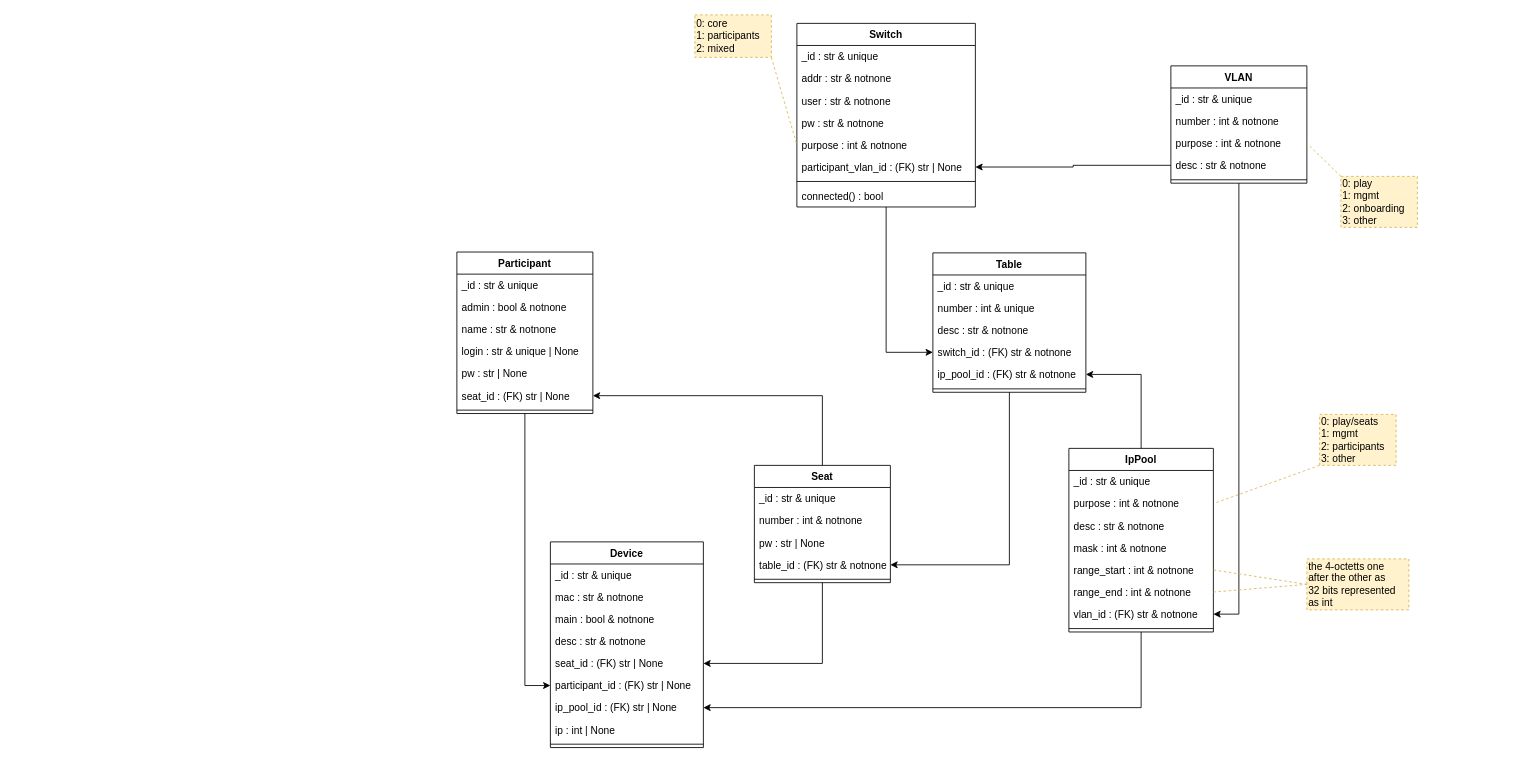
This is docs/elements_classes.drawio from nils-ost/LanPartyOnboardingSystem, a draw.io file, before an edit. Source tidied: cells renumbered, new cells numbered last; positions are measured from the earlier drawing's top-left corner, leaving out a move shared by most shapes. Both pictures are drawn from the tidied source at 85%, with x=0, y=0 at pixel (456, 14).
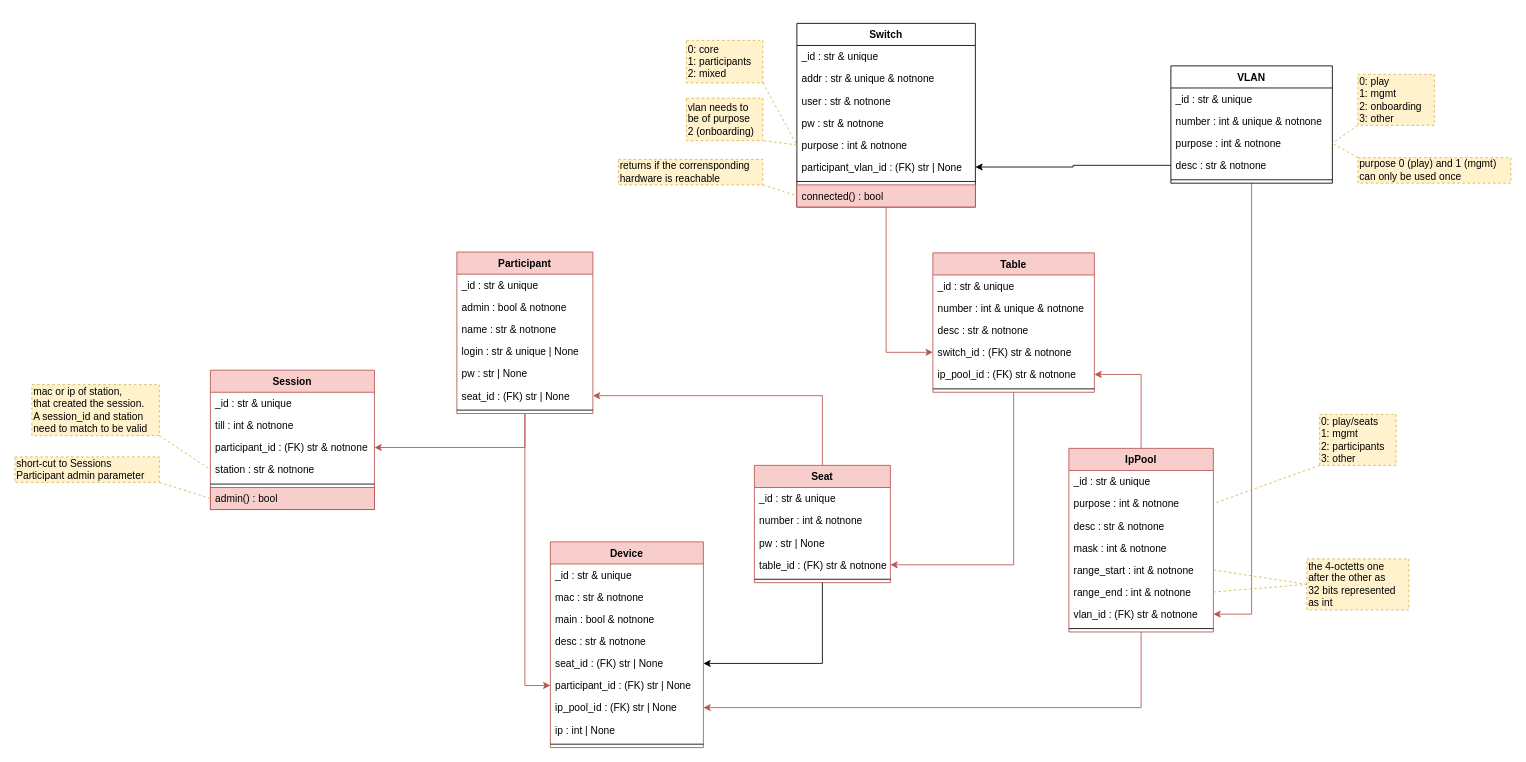
Above is the later version.

Commit message (it also covers changes not shown here):
refined element VLAN; added element Switch

Unchanged cells that the change refers to:
```xml
<mxCell id="9" value="Switch" style="swimlane;fontStyle=1;align=center;verticalAlign=top;horizontal=1;startSize=26;" parent="1" vertex="1">
  <mxGeometry x="400" y="10" width="210" height="216" as="geometry" />
</mxCell>
<mxCell id="14" value="purpose : int &amp; notnone" style="text;strokeColor=none;fillColor=none;align=left;verticalAlign=top;spacingLeft=4;spacingRight=4;overflow=hidden;points=[[0,0.5],[1,0.5]];portConstraint=eastwest;" parent="9" vertex="1">
  <mxGeometry y="130" width="210" height="26" as="geometry" />
</mxCell>
<mxCell id="40" value="vlan_id : (FK) str &amp; notnone" style="text;strokeColor=none;fillColor=none;align=left;verticalAlign=top;spacingLeft=4;spacingRight=4;overflow=hidden;points=[[0,0.5],[1,0.5]];portConstraint=eastwest;" parent="33" vertex="1">
  <mxGeometry y="182" width="170" height="26" as="geometry" />
</mxCell>
<mxCell id="50" value="table_id : (FK) str &amp; notnone" style="text;strokeColor=none;fillColor=none;align=left;verticalAlign=top;spacingLeft=4;spacingRight=4;overflow=hidden;points=[[0,0.5],[1,0.5]];portConstraint=eastwest;" parent="46" vertex="1">
  <mxGeometry y="104" width="160" height="26" as="geometry" />
</mxCell>
<mxCell id="59" value="seat_id : (FK) str | None" style="text;strokeColor=none;fillColor=none;align=left;verticalAlign=top;spacingLeft=4;spacingRight=4;overflow=hidden;points=[[0,0.5],[1,0.5]];portConstraint=eastwest;" parent="53" vertex="1">
  <mxGeometry y="156" width="160" height="26" as="geometry" />
</mxCell>
<mxCell id="67" value="participant_id : (FK) str | None" style="text;strokeColor=none;fillColor=none;align=left;verticalAlign=top;spacingLeft=4;spacingRight=4;overflow=hidden;points=[[0,0.5],[1,0.5]];portConstraint=eastwest;" parent="61" vertex="1">
  <mxGeometry y="156" width="180" height="26" as="geometry" />
</mxCell>
<mxCell id="68" value="ip_pool_id : (FK) str | None" style="text;strokeColor=none;fillColor=none;align=left;verticalAlign=top;spacingLeft=4;spacingRight=4;overflow=hidden;points=[[0,0.5],[1,0.5]];portConstraint=eastwest;" parent="61" vertex="1">
  <mxGeometry y="182" width="180" height="26" as="geometry" />
</mxCell>
```

What changed in the source:
```diff
@@
-    <mxCell id="2" style="edgeStyle=orthogonalEdgeStyle;rounded=0;jettySize=auto;html=1;endArrow=classic;endFill=1;" parent="1" edge="1" source="3" target="40">
+    <mxCell id="2" style="edgeStyle=orthogonalEdgeStyle;rounded=0;jettySize=auto;html=1;endArrow=classic;endFill=1;fillColor=#f8cecc;strokeColor=#b85450;" parent="1" edge="1" source="3" target="40">
       <mxGeometry relative="1" as="geometry" />
     </mxCell>
     <mxCell id="3" value="VLAN" style="swimlane;fontStyle=1;align=center;verticalAlign=top;horizontal=1;startSize=26;" parent="1" vertex="1">
-      <mxGeometry x="840" y="60" width="160" height="138" as="geometry" />
+      <mxGeometry x="840" y="60" width="190" height="138" as="geometry" />
     </mxCell>
     <mxCell id="4" value="_id : str &amp; unique" style="text;strokeColor=none;fillColor=none;align=left;verticalAlign=top;spacingLeft=4;spacingRight=4;overflow=hidden;" parent="3" vertex="1">
-      <mxGeometry y="26" width="160" height="26" as="geometry" />
+      <mxGeometry y="26" width="190" height="26" as="geometry" />
     </mxCell>
-    <mxCell id="5" value="number : int &amp; notnone" style="text;strokeColor=none;fillColor=none;align=left;verticalAlign=top;spacingLeft=4;spacingRight=4;overflow=hidden;" parent="3" vertex="1">
-      <mxGeometry y="52" width="160" height="26" as="geometry" />
+    <mxCell id="5" value="number : int &amp; unique &amp; notnone" style="text;strokeColor=none;fillColor=none;align=left;verticalAlign=top;spacingLeft=4;spacingRight=4;overflow=hidden;" parent="3" vertex="1">
+      <mxGeometry y="52" width="190" height="26" as="geometry" />
     </mxCell>
     <mxCell id="6" value="purpose : int &amp; notnone" style="text;strokeColor=none;fillColor=none;align=left;verticalAlign=top;spacingLeft=4;spacingRight=4;overflow=hidden;points=[[0,0.5],[1,0.5]];portConstraint=eastwest;" parent="3" vertex="1">
-      <mxGeometry y="78" width="160" height="26" as="geometry" />
+      <mxGeometry y="78" width="190" height="26" as="geometry" />
     </mxCell>
     <mxCell id="7" value="desc : str &amp; notnone" style="text;strokeColor=none;fillColor=none;align=left;verticalAlign=top;spacingLeft=4;spacingRight=4;overflow=hidden;points=[[0,0.5],[1,0.5]];portConstraint=eastwest;" parent="3" vertex="1">
-      <mxGeometry y="104" width="160" height="26" as="geometry" />
+      <mxGeometry y="104" width="190" height="26" as="geometry" />
     </mxCell>
     <mxCell id="8" style="line;strokeWidth=1;fillColor=none;align=left;verticalAlign=middle;spacingTop=-1;spacingLeft=3;spacingRight=3;labelPosition=right;" parent="3" vertex="1">
-      <mxGeometry y="130" width="160" height="8" as="geometry" />
+      <mxGeometry y="130" width="190" height="8" as="geometry" />
     </mxCell>
@@
-    <mxCell id="11" value="addr : str &amp; notnone" style="text;strokeColor=none;fillColor=none;align=left;verticalAlign=top;spacingLeft=4;spacingRight=4;overflow=hidden;" parent="9" vertex="1">
+    <mxCell id="11" value="addr : str &amp; unique &amp; notnone" style="text;strokeColor=none;fillColor=none;align=left;verticalAlign=top;spacingLeft=4;spacingRight=4;overflow=hidden;" parent="9" vertex="1">
       <mxGeometry y="52" width="210" height="26" as="geometry" />
     </mxCell>
@@
-    <mxCell id="17" value="connected() : bool" style="text;strokeColor=none;fillColor=none;align=left;verticalAlign=top;spacingLeft=4;spacingRight=4;overflow=hidden;points=[[0,0.5],[1,0.5]];portConstraint=eastwest;" parent="9" vertex="1">
+    <mxCell id="17" value="connected() : bool" style="text;strokeColor=#b85450;fillColor=#f8cecc;align=left;verticalAlign=top;spacingLeft=4;spacingRight=4;overflow=hidden;points=[[0,0.5],[1,0.5]];portConstraint=eastwest;" parent="9" vertex="1">
       <mxGeometry y="190" width="210" height="26" as="geometry" />
     </mxCell>
@@
     <mxCell id="19" value="0: core&lt;br&gt;1: participants&lt;br&gt;2: mixed" style="rounded=0;whiteSpace=wrap;html=1;fillColor=#fff2cc;strokeColor=#d6b656;dashed=1;align=left;verticalAlign=middle;horizontal=1;labelPosition=center;verticalLabelPosition=middle;" parent="1" vertex="1">
-      <mxGeometry x="280" width="90" height="50" as="geometry" />
+      <mxGeometry x="270" y="30" width="90" height="50" as="geometry" />
     </mxCell>
-    <mxCell id="20" style="edgeStyle=none;rounded=0;jettySize=auto;html=1;exitX=0;exitY=0;exitDx=0;exitDy=0;dashed=1;endArrow=none;endFill=0;fillColor=#fff2cc;strokeColor=#d6b656;entryX=1;entryY=0.5;entryDx=0;entryDy=0;" parent="1" edge="1" source="22" target="6">
+    <mxCell id="20" style="edgeStyle=none;rounded=0;jettySize=auto;html=1;exitX=0;exitY=1;exitDx=0;exitDy=0;dashed=1;endArrow=none;endFill=0;fillColor=#fff2cc;strokeColor=#d6b656;entryX=1;entryY=0.5;entryDx=0;entryDy=0;" parent="1" edge="1" source="22" target="6">
       <mxGeometry relative="1" as="geometry" />
     </mxCell>
@@
     <mxCell id="22" value="0: play&lt;br&gt;1: mgmt&lt;br&gt;2: onboarding&lt;br&gt;3: other" style="rounded=0;whiteSpace=wrap;html=1;fillColor=#fff2cc;strokeColor=#d6b656;dashed=1;align=left;verticalAlign=middle;horizontal=1;labelPosition=center;verticalLabelPosition=middle;" parent="1" vertex="1">
-      <mxGeometry x="1040" y="190" width="90" height="60" as="geometry" />
+      <mxGeometry x="1060" y="70" width="90" height="60" as="geometry" />
     </mxCell>
@@
-    <mxCell id="24" value="Table" style="swimlane;fontStyle=1;align=center;verticalAlign=top;horizontal=1;startSize=26;" parent="1" vertex="1">
-      <mxGeometry x="560" y="280" width="180" height="164" as="geometry" />
+    <mxCell id="24" value="Table" style="swimlane;fontStyle=1;align=center;verticalAlign=top;horizontal=1;startSize=26;fillColor=#f8cecc;strokeColor=#b85450;" parent="1" vertex="1">
+      <mxGeometry x="560" y="280" width="190" height="164" as="geometry" />
     </mxCell>
     <mxCell id="25" value="_id : str &amp; unique" style="text;strokeColor=none;fillColor=none;align=left;verticalAlign=top;spacingLeft=4;spacingRight=4;overflow=hidden;dashed=1;" parent="24" vertex="1">
-      <mxGeometry y="26" width="180" height="26" as="geometry" />
+      <mxGeometry y="26" width="190" height="26" as="geometry" />
     </mxCell>
-    <mxCell id="26" value="number : int &amp; unique" style="text;strokeColor=none;fillColor=none;align=left;verticalAlign=top;spacingLeft=4;spacingRight=4;overflow=hidden;dashed=1;" parent="24" vertex="1">
-      <mxGeometry y="52" width="180" height="26" as="geometry" />
+    <mxCell id="26" value="number : int &amp; unique &amp; notnone" style="text;strokeColor=none;fillColor=none;align=left;verticalAlign=top;spacingLeft=4;spacingRight=4;overflow=hidden;dashed=1;" parent="24" vertex="1">
+      <mxGeometry y="52" width="190" height="26" as="geometry" />
     </mxCell>
     <mxCell id="27" value="desc : str &amp; notnone" style="text;strokeColor=none;fillColor=none;align=left;verticalAlign=top;spacingLeft=4;spacingRight=4;overflow=hidden;dashed=1;" parent="24" vertex="1">
-      <mxGeometry y="78" width="180" height="26" as="geometry" />
+      <mxGeometry y="78" width="190" height="26" as="geometry" />
     </mxCell>
     <mxCell id="28" value="switch_id : (FK) str &amp; notnone" style="text;strokeColor=none;fillColor=none;align=left;verticalAlign=top;spacingLeft=4;spacingRight=4;overflow=hidden;points=[[0,0.5],[1,0.5]];portConstraint=eastwest;dashed=1;" parent="24" vertex="1">
-      <mxGeometry y="104" width="180" height="26" as="geometry" />
+      <mxGeometry y="104" width="190" height="26" as="geometry" />
     </mxCell>
     <mxCell id="29" value="ip_pool_id : (FK) str &amp; notnone" style="text;strokeColor=none;fillColor=none;align=left;verticalAlign=top;spacingLeft=4;spacingRight=4;overflow=hidden;points=[[0,0.5],[1,0.5]];portConstraint=eastwest;dashed=1;" parent="24" vertex="1">
-      <mxGeometry y="130" width="180" height="26" as="geometry" />
+      <mxGeometry y="130" width="190" height="26" as="geometry" />
     </mxCell>
     <mxCell id="30" style="line;strokeWidth=1;fillColor=none;align=left;verticalAlign=middle;spacingTop=-1;spacingLeft=3;spacingRight=3;labelPosition=right;" parent="24" vertex="1">
-      <mxGeometry y="156" width="180" height="8" as="geometry" />
+      <mxGeometry y="156" width="190" height="8" as="geometry" />
     </mxCell>
-    <mxCell id="31" style="edgeStyle=orthogonalEdgeStyle;rounded=0;jettySize=auto;html=1;endArrow=classic;endFill=1;" parent="1" edge="1" source="9" target="28">
+    <mxCell id="31" style="edgeStyle=orthogonalEdgeStyle;rounded=0;jettySize=auto;html=1;endArrow=classic;endFill=1;fillColor=#f8cecc;strokeColor=#b85450;" parent="1" edge="1" source="9" target="28">
       <mxGeometry relative="1" as="geometry" />
     </mxCell>
-    <mxCell id="32" style="edgeStyle=orthogonalEdgeStyle;rounded=0;jettySize=auto;html=1;endArrow=classic;endFill=1;" parent="1" edge="1" source="33" target="29">
+    <mxCell id="32" style="edgeStyle=orthogonalEdgeStyle;rounded=0;jettySize=auto;html=1;endArrow=classic;endFill=1;fillColor=#f8cecc;strokeColor=#b85450;" parent="1" edge="1" source="33" target="29">
       <mxGeometry relative="1" as="geometry" />
     </mxCell>
-    <mxCell id="33" value="IpPool" style="swimlane;fontStyle=1;align=center;verticalAlign=top;horizontal=1;startSize=26;" parent="1" vertex="1">
+    <mxCell id="33" value="IpPool" style="swimlane;fontStyle=1;align=center;verticalAlign=top;horizontal=1;startSize=26;fillColor=#f8cecc;strokeColor=#b85450;" parent="1" vertex="1">
       <mxGeometry x="720" y="510" width="170" height="216" as="geometry" />
     </mxCell>
@@
-    <mxCell id="45" style="edgeStyle=orthogonalEdgeStyle;rounded=0;jettySize=auto;html=1;endArrow=classic;endFill=1;" parent="1" edge="1" source="46" target="59">
+    <mxCell id="45" style="edgeStyle=orthogonalEdgeStyle;rounded=0;jettySize=auto;html=1;endArrow=classic;endFill=1;fillColor=#f8cecc;strokeColor=#b85450;" parent="1" edge="1" source="46" target="59">
       <mxGeometry relative="1" as="geometry" />
     </mxCell>
-    <mxCell id="46" value="Seat" style="swimlane;fontStyle=1;align=center;verticalAlign=top;horizontal=1;startSize=26;" parent="1" vertex="1">
+    <mxCell id="46" value="Seat" style="swimlane;fontStyle=1;align=center;verticalAlign=top;horizontal=1;startSize=26;fillColor=#f8cecc;strokeColor=#b85450;" parent="1" vertex="1">
       <mxGeometry x="350" y="530" width="160" height="138" as="geometry" />
     </mxCell>
@@
-    <mxCell id="52" style="edgeStyle=orthogonalEdgeStyle;rounded=0;jettySize=auto;html=1;endArrow=classic;endFill=1;" parent="1" edge="1" source="24" target="50">
+    <mxCell id="52" style="edgeStyle=orthogonalEdgeStyle;rounded=0;jettySize=auto;html=1;endArrow=classic;endFill=1;fillColor=#f8cecc;strokeColor=#b85450;" parent="1" edge="1" source="24" target="50">
       <mxGeometry relative="1" as="geometry" />
     </mxCell>
-    <mxCell id="53" value="Participant" style="swimlane;fontStyle=1;align=center;verticalAlign=top;horizontal=1;startSize=26;" parent="1" vertex="1">
+    <mxCell id="53" value="Participant" style="swimlane;fontStyle=1;align=center;verticalAlign=top;horizontal=1;startSize=26;fillColor=#f8cecc;strokeColor=#b85450;" parent="1" vertex="1">
       <mxGeometry y="279" width="160" height="190" as="geometry" />
     </mxCell>
@@
-    <mxCell id="61" value="Device" style="swimlane;fontStyle=1;align=center;verticalAlign=top;horizontal=1;startSize=26;" parent="1" vertex="1">
+    <mxCell id="61" value="Device" style="swimlane;fontStyle=1;align=center;verticalAlign=top;horizontal=1;startSize=26;fillColor=#f8cecc;strokeColor=#b85450;" parent="1" vertex="1">
       <mxGeometry x="110" y="620" width="180" height="242" as="geometry" />
     </mxCell>
@@
-    <mxCell id="72" style="edgeStyle=orthogonalEdgeStyle;rounded=0;jettySize=auto;html=1;endArrow=classic;endFill=1;" parent="1" edge="1" source="53" target="67">
+    <mxCell id="72" style="edgeStyle=orthogonalEdgeStyle;rounded=0;jettySize=auto;html=1;endArrow=classic;endFill=1;fillColor=#f8cecc;strokeColor=#b85450;" parent="1" edge="1" source="53" target="67">
       <mxGeometry relative="1" as="geometry" />
     </mxCell>
-    <mxCell id="73" style="edgeStyle=orthogonalEdgeStyle;rounded=0;jettySize=auto;html=1;endArrow=classic;endFill=1;" parent="1" edge="1" source="33" target="68">
+    <mxCell id="73" style="edgeStyle=orthogonalEdgeStyle;rounded=0;jettySize=auto;html=1;endArrow=classic;endFill=1;fillColor=#f8cecc;strokeColor=#b85450;" parent="1" edge="1" source="33" target="68">
       <mxGeometry relative="1" as="geometry" />
     </mxCell>
@@
+    <mxCell id="75" style="rounded=0;jettySize=auto;html=1;exitX=0;exitY=0;exitDx=0;exitDy=0;fillColor=#fff2cc;strokeColor=#d6b656;dashed=1;endArrow=none;endFill=0;entryX=1;entryY=0.5;entryDx=0;entryDy=0;" parent="1" edge="1" source="76" target="6">
+      <mxGeometry relative="1" as="geometry" />
+    </mxCell>
+    <mxCell id="76" value="purpose 0 (play) and 1 (mgmt)&lt;br&gt;can only be used once" style="rounded=0;whiteSpace=wrap;html=1;fillColor=#fff2cc;strokeColor=#d6b656;dashed=1;align=left;verticalAlign=middle;horizontal=1;labelPosition=center;verticalLabelPosition=middle;" parent="1" vertex="1">
+      <mxGeometry x="1060" y="168" width="180" height="30" as="geometry" />
+    </mxCell>
+    <mxCell id="77" value="vlan needs to&lt;br&gt;be of purpose&lt;br&gt;2 (onboarding)" style="rounded=0;whiteSpace=wrap;html=1;fillColor=#fff2cc;strokeColor=#d6b656;dashed=1;align=left;verticalAlign=middle;horizontal=1;labelPosition=center;verticalLabelPosition=middle;" parent="1" vertex="1">
+      <mxGeometry x="270" y="98" width="90" height="50" as="geometry" />
+    </mxCell>
+    <mxCell id="78" style="rounded=0;jettySize=auto;html=1;exitX=0;exitY=0.5;exitDx=0;exitDy=0;entryX=1;entryY=1;entryDx=0;entryDy=0;dashed=1;fillColor=#fff2cc;strokeColor=#d6b656;endArrow=none;endFill=0;" parent="1" edge="1" source="14" target="77">
+      <mxGeometry relative="1" as="geometry" />
+    </mxCell>
+    <mxCell id="79" value="Session" style="swimlane;fontStyle=1;align=center;verticalAlign=top;horizontal=1;startSize=26;fillColor=#f8cecc;strokeColor=#b85450;" parent="1" vertex="1">
+      <mxGeometry x="-290" y="418" width="193" height="164" as="geometry" />
+    </mxCell>
+    <mxCell id="80" value="_id : str &amp; unique" style="text;strokeColor=none;fillColor=none;align=left;verticalAlign=top;spacingLeft=4;spacingRight=4;overflow=hidden;" parent="79" vertex="1">
+      <mxGeometry y="26" width="193" height="26" as="geometry" />
+    </mxCell>
+    <mxCell id="81" value="till : int &amp; notnone" style="text;strokeColor=none;fillColor=none;align=left;verticalAlign=top;spacingLeft=4;spacingRight=4;overflow=hidden;" parent="79" vertex="1">
+      <mxGeometry y="52" width="193" height="26" as="geometry" />
+    </mxCell>
+    <mxCell id="82" value="participant_id : (FK) str &amp; notnone" style="text;strokeColor=none;fillColor=none;align=left;verticalAlign=top;spacingLeft=4;spacingRight=4;overflow=hidden;points=[[0,0.5],[1,0.5]];portConstraint=eastwest;" parent="79" vertex="1">
+      <mxGeometry y="78" width="193" height="26" as="geometry" />
+    </mxCell>
+    <mxCell id="83" value="station : str &amp; notnone" style="text;strokeColor=none;fillColor=none;align=left;verticalAlign=top;spacingLeft=4;spacingRight=4;overflow=hidden;points=[[0,0.5],[1,0.5]];portConstraint=eastwest;" parent="79" vertex="1">
+      <mxGeometry y="104" width="193" height="26" as="geometry" />
+    </mxCell>
+    <mxCell id="84" style="line;strokeWidth=1;fillColor=none;align=left;verticalAlign=middle;spacingTop=-1;spacingLeft=3;spacingRight=3;labelPosition=right;" parent="79" vertex="1">
+      <mxGeometry y="130" width="193" height="8" as="geometry" />
+    </mxCell>
+    <mxCell id="85" value="admin() : bool" style="text;strokeColor=#b85450;fillColor=#f8cecc;align=left;verticalAlign=top;spacingLeft=4;spacingRight=4;overflow=hidden;points=[[0,0.5],[1,0.5]];portConstraint=eastwest;" parent="79" vertex="1">
+      <mxGeometry y="138" width="193" height="26" as="geometry" />
+    </mxCell>
+    <mxCell id="86" style="rounded=0;jettySize=auto;html=1;exitX=1;exitY=1;exitDx=0;exitDy=0;dashed=1;fillColor=#fff2cc;strokeColor=#d6b656;endArrow=none;endFill=0;entryX=0;entryY=0.5;entryDx=0;entryDy=0;" parent="1" edge="1" source="87" target="83">
+      <mxGeometry relative="1" as="geometry" />
+    </mxCell>
+    <mxCell id="87" value="mac or ip of station,&lt;br&gt;that created the session.&lt;br&gt;A session_id and station&lt;br&gt;need to match to be valid" style="rounded=0;whiteSpace=wrap;html=1;fillColor=#fff2cc;strokeColor=#d6b656;dashed=1;align=left;verticalAlign=middle;horizontal=1;labelPosition=center;verticalLabelPosition=middle;" parent="1" vertex="1">
+      <mxGeometry x="-500" y="435" width="150" height="60" as="geometry" />
+    </mxCell>
+    <mxCell id="88" style="edgeStyle=orthogonalEdgeStyle;rounded=0;jettySize=auto;html=1;fillColor=#f8cecc;strokeColor=#b85450;" parent="1" edge="1" source="53" target="82">
+      <mxGeometry relative="1" as="geometry" />
+    </mxCell>
+    <mxCell id="89" style="edgeStyle=none;rounded=0;jettySize=auto;html=1;exitX=1;exitY=1;exitDx=0;exitDy=0;entryX=0;entryY=0.5;entryDx=0;entryDy=0;dashed=1;endArrow=none;endFill=0;fillColor=#fff2cc;strokeColor=#d6b656;" parent="1" edge="1" source="90" target="85">
+      <mxGeometry relative="1" as="geometry" />
+    </mxCell>
+    <mxCell id="90" value="short-cut to Sessions &lt;br&gt;Participant admin parameter" style="rounded=0;whiteSpace=wrap;html=1;fillColor=#fff2cc;strokeColor=#d6b656;dashed=1;align=left;verticalAlign=middle;horizontal=1;labelPosition=center;verticalLabelPosition=middle;" parent="1" vertex="1">
+      <mxGeometry x="-520" y="520" width="170" height="30" as="geometry" />
+    </mxCell>
+    <mxCell id="91" style="edgeStyle=none;rounded=0;jettySize=auto;html=1;exitX=1;exitY=1;exitDx=0;exitDy=0;entryX=0;entryY=0.5;entryDx=0;entryDy=0;dashed=1;endArrow=none;endFill=0;fillColor=#fff2cc;strokeColor=#d6b656;" parent="1" edge="1" source="92" target="17">
+      <mxGeometry relative="1" as="geometry" />
+    </mxCell>
+    <mxCell id="92" value="returns if the corrensponding &lt;br&gt;hardware is reachable" style="rounded=0;whiteSpace=wrap;html=1;fillColor=#fff2cc;strokeColor=#d6b656;dashed=1;align=left;verticalAlign=middle;horizontal=1;labelPosition=center;verticalLabelPosition=middle;" parent="1" vertex="1">
+      <mxGeometry x="190" y="170" width="170" height="30" as="geometry" />
+    </mxCell>
```
